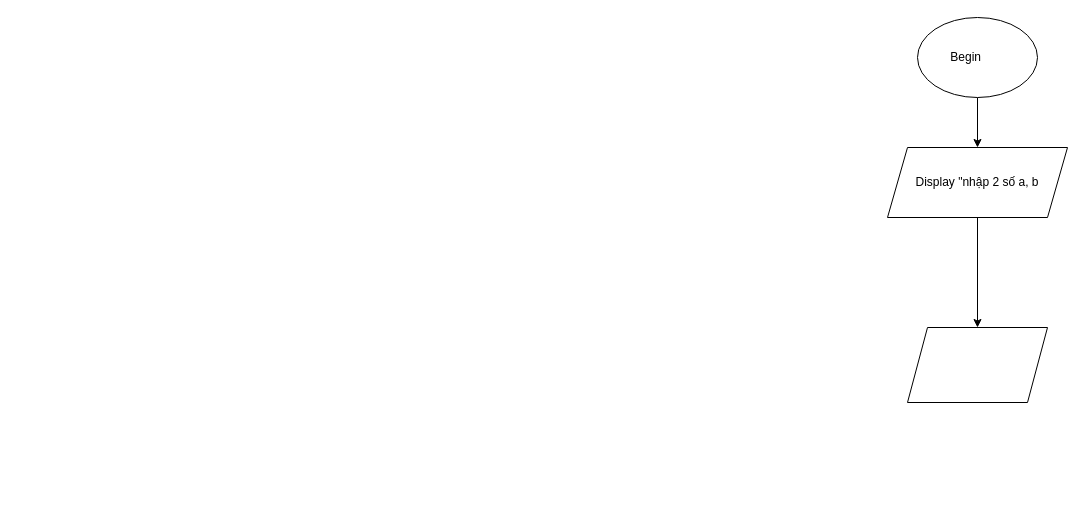
Before: ss3_Hello_world/module1_ss3.drawio in Trongtangoc/CGDN-C0824M1-Ta-Ngoc-Trong, a draw.io diagram. Source tidied: cells renumbered, new cells numbered last; positions are measured from the earlier drawing's top-left corner, leaving out a move shared by most shapes. Both pictures are drawn from the tidied source at 100%, with x=0, y=0 at pixel (887, 17).
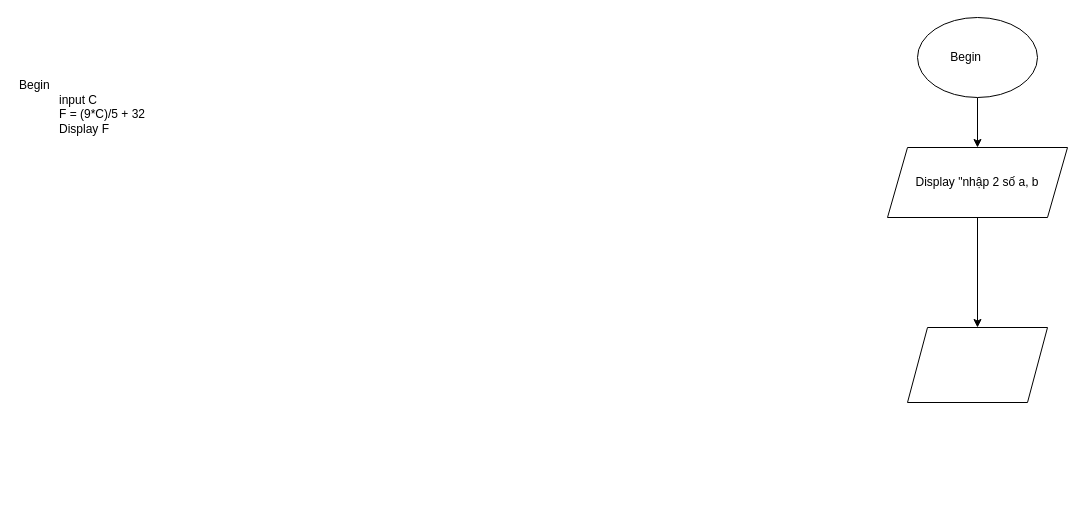
The same diagram, later.

Commit message:
Cập nhật module1_ss3.drawio

Change to the diagram source:
```diff
@@
 <mxGraphModel>
   <root>
     <mxCell id="0" />
     <mxCell id="1" parent="0" />
     <mxCell id="2" style="edgeStyle=orthogonalEdgeStyle;rounded=0;jettySize=auto;html=1;" parent="1" edge="1" source="3" target="5">
       <mxGeometry relative="1" as="geometry" />
     </mxCell>
     <mxCell id="3" value="Begin&lt;span style=&quot;white-space: pre;&quot;&gt;&#9;&lt;/span&gt;" style="ellipse;whiteSpace=wrap;html=1;" parent="1" vertex="1">
       <mxGeometry x="30" width="120" height="80" as="geometry" />
     </mxCell>
     <mxCell id="4" style="edgeStyle=orthogonalEdgeStyle;rounded=0;jettySize=auto;html=1;" parent="1" edge="1" source="5" target="6">
       <mxGeometry relative="1" as="geometry" />
     </mxCell>
     <mxCell id="5" value="Display &quot;nhập 2 số a, b" style="shape=parallelogram;perimeter=parallelogramPerimeter;whiteSpace=wrap;html=1;fixedSize=1;" parent="1" vertex="1">
       <mxGeometry y="130" width="180" height="70" as="geometry" />
     </mxCell>
     <mxCell id="6" style="shape=parallelogram;perimeter=parallelogramPerimeter;whiteSpace=wrap;html=1;fixedSize=1;" parent="1" vertex="1">
       <mxGeometry x="20" y="310" width="140" height="75" as="geometry" />
     </mxCell>
+    <mxCell id="7" value="&lt;div&gt;&lt;br&gt;&lt;/div&gt;Begin&lt;blockquote style=&quot;margin: 0 0 0 40px; border: none; padding: 0px;&quot;&gt;&lt;div&gt;&lt;span style=&quot;background-color: initial;&quot;&gt;input C&lt;/span&gt;&lt;/div&gt;&lt;div&gt;&lt;span style=&quot;background-color: initial;&quot;&gt;F = (9*C)/5 + 32&lt;/span&gt;&lt;/div&gt;&lt;div&gt;&lt;span style=&quot;background-color: initial;&quot;&gt;Display F&lt;/span&gt;&lt;span style=&quot;background-color: initial;&quot;&gt;&amp;nbsp;&lt;/span&gt;&lt;/div&gt;&lt;div&gt;&lt;span style=&quot;background-color: initial;&quot;&gt;&lt;br&gt;&lt;/span&gt;&lt;/div&gt;&lt;/blockquote&gt;" style="text;html=1;align=left;verticalAlign=top;whiteSpace=wrap;rounded=0;horizontal=1;" parent="1" vertex="1">
+      <mxGeometry x="-870" y="40" width="490" height="440" as="geometry" />
+    </mxCell>
   </root>
 </mxGraphModel>
```
